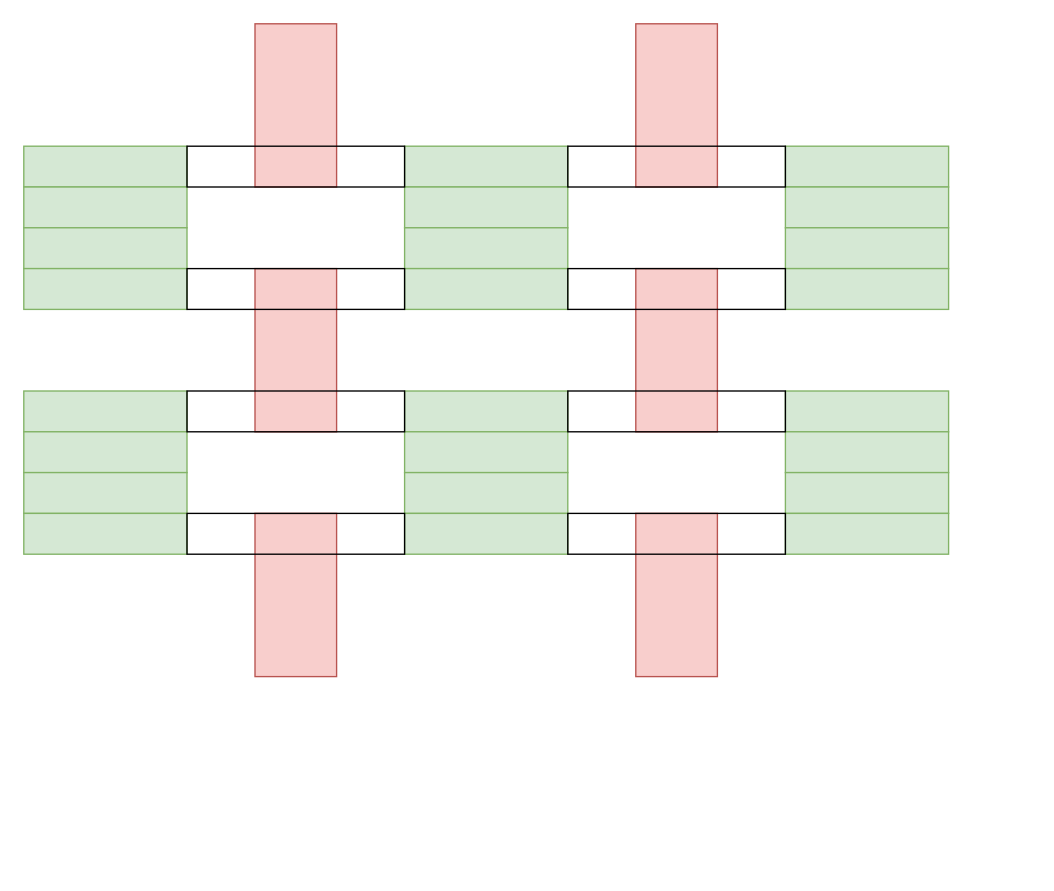
coco483/hangman keeps this draw.io diagram as 제목 없는 다이어그램.drawio. Above is the earlier version. Source tidied: cells renumbered, new cells numbered last; positions are measured from the earlier drawing's top-left corner, leaving out a move shared by most shapes. Both pictures are drawn from the tidied source at 136%, with x=0, y=0 at pixel (23, 23).
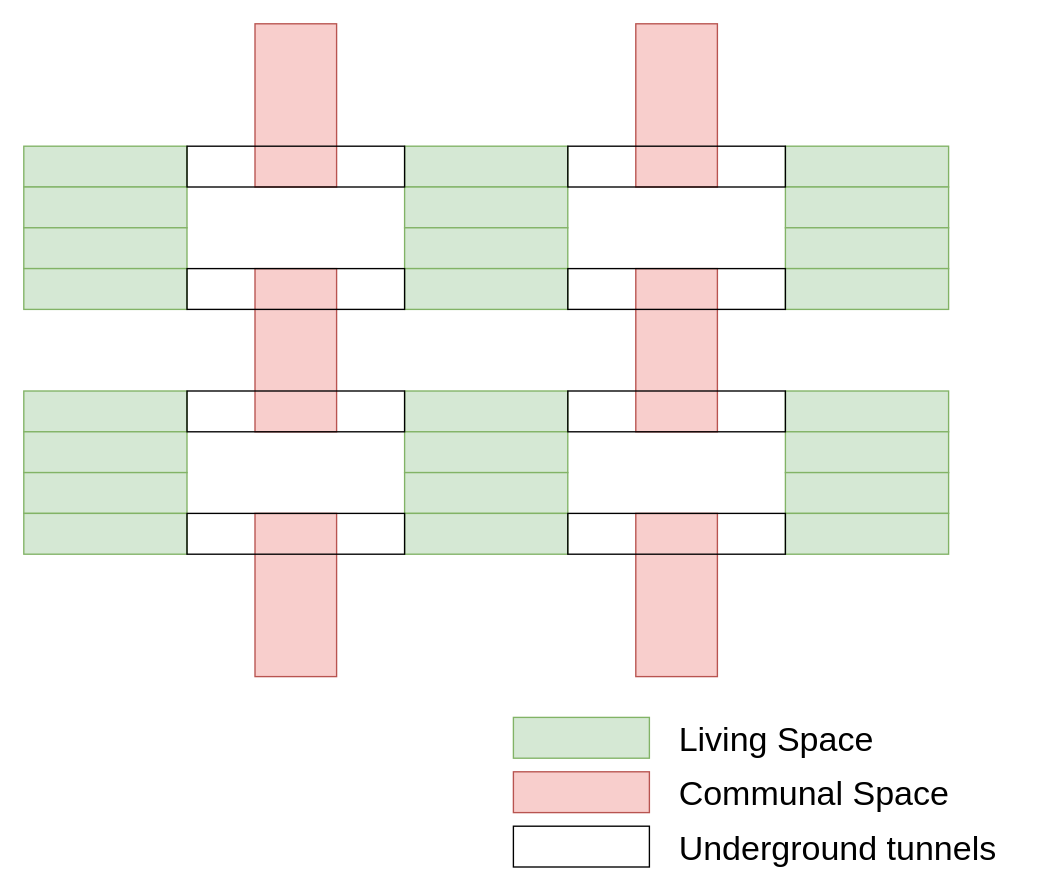
Above is the later version.

Commit message (it also covers changes not shown here):
제목 없는 다이어그램.drawio 업데이트

What changed in the source:
```diff
@@
+    <mxCell id="40" style="rounded=0;whiteSpace=wrap;html=1;fillColor=#d5e8d4;strokeColor=#82b366;" parent="1" vertex="1">
+      <mxGeometry x="360" y="510" width="100" height="30" as="geometry" />
+    </mxCell>
+    <mxCell id="41" value="&lt;font style=&quot;font-size: 25px;&quot;&gt;Living Space&lt;/font&gt;" style="text;html=1;align=left;verticalAlign=middle;whiteSpace=wrap;rounded=0;" parent="1" vertex="1">
+      <mxGeometry x="480" y="510" width="190" height="30" as="geometry" />
+    </mxCell>
+    <mxCell id="42" style="rounded=0;whiteSpace=wrap;html=1;fillColor=#f8cecc;strokeColor=#b85450;" parent="1" vertex="1">
+      <mxGeometry x="360" y="550" width="100" height="30" as="geometry" />
+    </mxCell>
+    <mxCell id="43" value="&lt;font style=&quot;font-size: 25px;&quot;&gt;Communal Space&lt;/font&gt;" style="text;html=1;align=left;verticalAlign=middle;whiteSpace=wrap;rounded=0;" parent="1" vertex="1">
+      <mxGeometry x="480" y="550" width="240" height="30" as="geometry" />
+    </mxCell>
+    <mxCell id="44" style="rounded=0;whiteSpace=wrap;html=1;fillColor=none;" parent="1" vertex="1">
+      <mxGeometry x="360" y="590" width="100" height="30" as="geometry" />
+    </mxCell>
+    <mxCell id="45" value="&lt;font style=&quot;font-size: 25px;&quot;&gt;Underground tunnels&lt;/font&gt;" style="text;html=1;align=left;verticalAlign=middle;whiteSpace=wrap;rounded=0;" parent="1" vertex="1">
+      <mxGeometry x="480" y="590" width="260" height="30" as="geometry" />
+    </mxCell>
```
